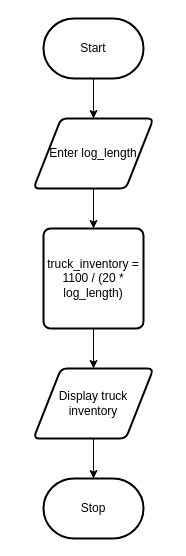
Above: flowchart.drawio in Seti-Ngabo/ics4u-unit1-01-typescript (draw.io), before the change. Source tidied: cells renumbered, new cells numbered last; positions are measured from the earlier drawing's top-left corner, leaving out a move shared by most shapes. Both pictures are drawn from the tidied source at 100%, with x=0, y=0 at pixel (33, 18).
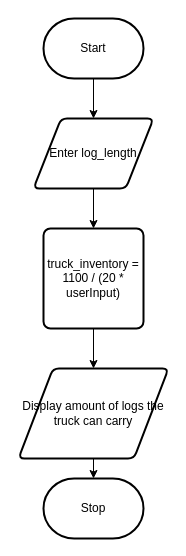
After the change.

The edit, as a diff of the source:
```diff
@@
 <mxGraphModel>
   <root>
     <mxCell id="0" />
     <mxCell id="1" parent="0" />
     <mxCell id="2" style="edgeStyle=none;html=1;" parent="1" edge="1" source="3">
       <mxGeometry relative="1" as="geometry">
         <mxPoint x="60" y="100" as="targetPoint" />
       </mxGeometry>
     </mxCell>
     <mxCell id="3" value="Start" style="strokeWidth=2;html=1;shape=mxgraph.flowchart.terminator;whiteSpace=wrap;" parent="1" vertex="1">
       <mxGeometry x="10" width="100" height="60" as="geometry" />
     </mxCell>
     <mxCell id="4" style="edgeStyle=none;html=1;" parent="1" edge="1" source="5">
       <mxGeometry relative="1" as="geometry">
         <mxPoint x="60" y="210" as="targetPoint" />
       </mxGeometry>
     </mxCell>
     <mxCell id="5" value="Enter log_length" style="shape=parallelogram;html=1;strokeWidth=2;perimeter=parallelogramPerimeter;whiteSpace=wrap;rounded=1;arcSize=12;size=0.23;" parent="1" vertex="1">
       <mxGeometry y="100" width="120" height="70" as="geometry" />
     </mxCell>
     <mxCell id="6" style="edgeStyle=none;html=1;" parent="1" edge="1" source="7">
       <mxGeometry relative="1" as="geometry">
         <mxPoint x="60" y="350" as="targetPoint" />
       </mxGeometry>
     </mxCell>
-    <mxCell id="7" value="truck_inventory = 1100 / (20 * log_length)" style="rounded=1;whiteSpace=wrap;html=1;absoluteArcSize=1;arcSize=14;strokeWidth=2;" parent="1" vertex="1">
+    <mxCell id="7" value="truck_inventory = 1100 / (20 * userInput)" style="rounded=1;whiteSpace=wrap;html=1;absoluteArcSize=1;arcSize=14;strokeWidth=2;" parent="1" vertex="1">
       <mxGeometry x="10" y="210" width="100" height="100" as="geometry" />
     </mxCell>
     <mxCell id="8" style="edgeStyle=none;html=1;" parent="1" edge="1" source="9">
       <mxGeometry relative="1" as="geometry">
         <mxPoint x="60" y="460" as="targetPoint" />
       </mxGeometry>
     </mxCell>
-    <mxCell id="9" value="Display truck inventory" style="shape=parallelogram;html=1;strokeWidth=2;perimeter=parallelogramPerimeter;whiteSpace=wrap;rounded=1;arcSize=12;size=0.23;" parent="1" vertex="1">
-      <mxGeometry y="350" width="120" height="70" as="geometry" />
+    <mxCell id="9" value="Display amount of logs the truck can carry" style="shape=parallelogram;html=1;strokeWidth=2;perimeter=parallelogramPerimeter;whiteSpace=wrap;rounded=1;arcSize=12;size=0.23;" parent="1" vertex="1">
+      <mxGeometry x="-15" y="350" width="150" height="90" as="geometry" />
     </mxCell>
     <mxCell id="10" value="Stop" style="strokeWidth=2;html=1;shape=mxgraph.flowchart.terminator;whiteSpace=wrap;" parent="1" vertex="1">
       <mxGeometry x="10" y="460" width="100" height="60" as="geometry" />
     </mxCell>
   </root>
 </mxGraphModel>
```
